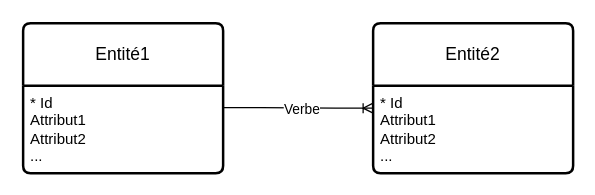
The draw.io diagram générique-entité-n-n-1.drawio in wilcar/BDD, before the edit. Source tidied: cells renumbered, new cells numbered last; positions are measured from the earlier drawing's top-left corner, leaving out a move shared by most shapes. Both pictures are drawn from the tidied source at 125%, with x=0, y=0 at pixel (22, 22).
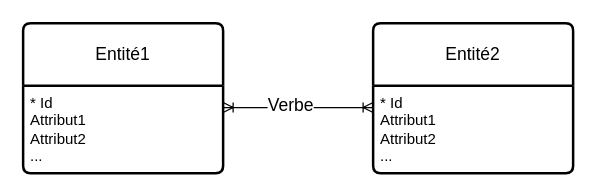
The same diagram, later.

Commit message:
Mettre à jour générique-entité-n-n-1.drawio

Change to the diagram source:
```diff
@@
 <mxGraphModel>
   <root>
     <mxCell id="0" />
     <mxCell id="1" parent="0" />
     <mxCell id="2" value="Entité1" style="swimlane;horizontal=1;startSize=50;rounded=1;fontSize=14;fontStyle=0;strokeWidth=2;shadow=0;dashed=0;align=center;arcSize=4;whiteSpace=wrap;html=1;" parent="1" vertex="1">
       <mxGeometry width="160" height="120" as="geometry" />
     </mxCell>
     <mxCell id="3" value="&lt;div&gt;* Id&lt;/div&gt;&lt;div&gt;Attribut1&lt;/div&gt;&lt;div&gt;Attribut2&lt;/div&gt;&lt;div&gt;...&lt;br&gt;&lt;/div&gt;" style="align=left;strokeColor=none;fillColor=none;spacingLeft=4;fontSize=12;verticalAlign=top;html=1;" parent="2" vertex="1">
       <mxGeometry y="50" width="160" height="70" as="geometry" />
     </mxCell>
     <mxCell id="4" value="Entité2" style="swimlane;horizontal=1;startSize=50;rounded=1;fontSize=14;fontStyle=0;strokeWidth=2;shadow=0;dashed=0;align=center;arcSize=4;whiteSpace=wrap;html=1;" parent="1" vertex="1">
       <mxGeometry x="280" width="160" height="120" as="geometry" />
     </mxCell>
     <mxCell id="5" value="&lt;div&gt;* Id&lt;/div&gt;&lt;div&gt;Attribut1&lt;/div&gt;&lt;div&gt;Attribut2&lt;/div&gt;&lt;div&gt;...&lt;br&gt;&lt;/div&gt;" style="align=left;strokeColor=none;fillColor=none;spacingLeft=4;fontSize=12;verticalAlign=top;html=1;" parent="4" vertex="1">
       <mxGeometry y="50" width="160" height="70" as="geometry" />
     </mxCell>
-    <mxCell id="6" style="edgeStyle=entityRelationEdgeStyle;fontSize=12;html=1;endArrow=ERoneToMany;rounded=0;exitX=1;exitY=0.25;exitDx=0;exitDy=0;" parent="1" edge="1" source="3">
-      <mxGeometry relative="1" as="geometry">
-        <mxPoint x="280" y="68" as="targetPoint" />
-      </mxGeometry>
-    </mxCell>
+    <mxCell id="8" style="edgeStyle=entityRelationEdgeStyle;fontSize=12;html=1;endArrow=ERoneToMany;startArrow=ERoneToMany;rounded=0;exitX=1;exitY=0.25;exitDx=0;exitDy=0;entryX=0;entryY=0.25;entryDx=0;entryDy=0;" parent="1" edge="1" source="3" target="5">
+      <mxGeometry relative="1" as="geometry" />
+    </mxCell>
-    <mxCell id="7" value="Verbe" style="edgeLabel;html=1;align=center;verticalAlign=middle;" parent="6" vertex="1">
-      <mxGeometry x="0.05" y="-1" relative="1" as="geometry" />
+    <mxCell id="7" value="Verbe" style="edgeLabel;html=1;align=center;verticalAlign=middle;fontSize=14;" parent="8" vertex="1">
+      <mxGeometry x="-0.12" y="3" relative="1" as="geometry">
+        <mxPoint y="1" as="offset" />
+      </mxGeometry>
     </mxCell>
   </root>
 </mxGraphModel>
```
